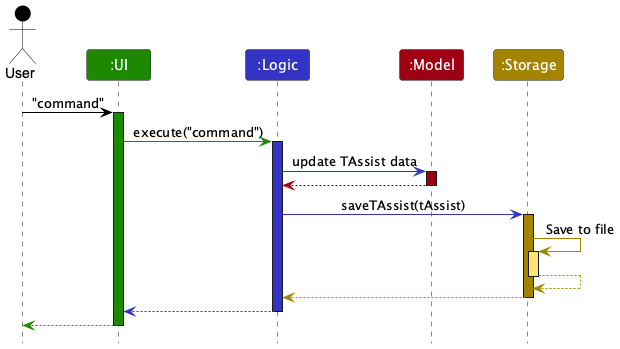
The PlantUML diagram docs/images/ArchitectureSequenceDiagram.png in AY2627S1-CS2103T-T12-4/tp, before a commit. Its diagram source:
```plantuml
@startuml
!include style.puml
skinparam ArrowFontStyle plain

Actor User as user USER_COLOR
Participant ":UI" as ui UI_COLOR
Participant ":Logic" as logic LOGIC_COLOR
Participant ":Model" as model MODEL_COLOR
Participant ":Storage" as storage STORAGE_COLOR

user -[USER_COLOR]> ui : "command"
activate ui UI_COLOR

ui -[UI_COLOR]> logic : execute("command")
activate logic LOGIC_COLOR

logic -[LOGIC_COLOR]> model : update TAssist data
activate model MODEL_COLOR

model -[MODEL_COLOR]-> logic
deactivate model

logic -[LOGIC_COLOR]> storage : saveTAssist(tAssist)
activate storage STORAGE_COLOR

storage -[STORAGE_COLOR]> storage : Save to file
activate storage STORAGE_COLOR_T1
storage --[STORAGE_COLOR]> storage
deactivate storage

storage --[STORAGE_COLOR]> logic
deactivate storage

logic --[LOGIC_COLOR]> ui
deactivate logic

ui--[UI_COLOR]> user
deactivate ui
@enduml
```
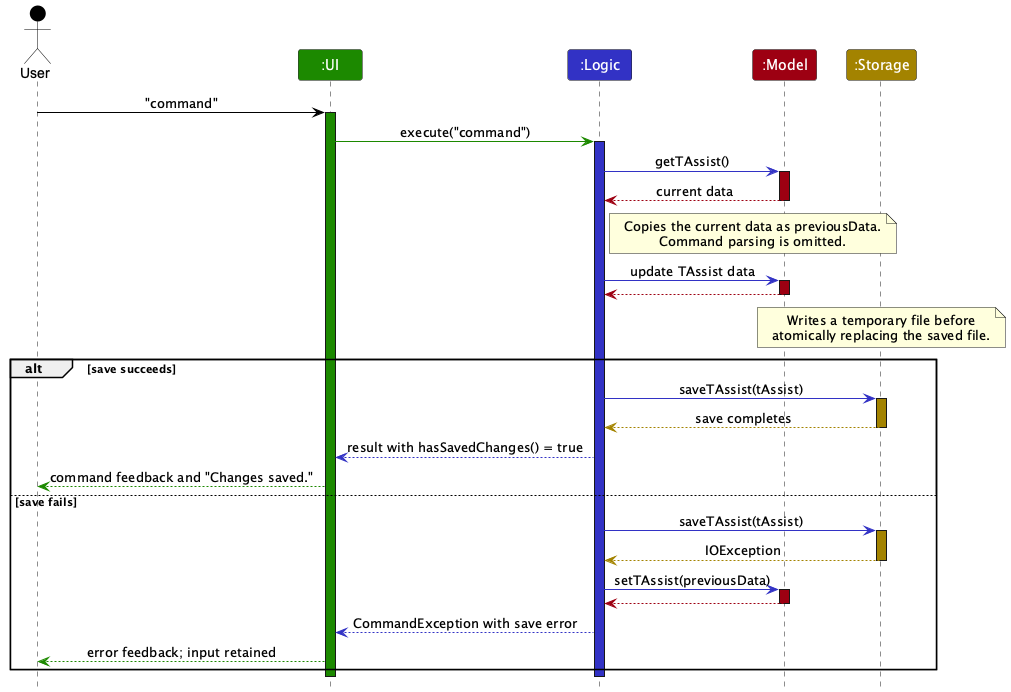
After the change.

Commit message:
Update persistence sequence diagram

Diff of the diagram source:
```diff
@@ -14,26 +14,50 @@
 ui -[UI_COLOR]> logic : execute("command")
 activate logic LOGIC_COLOR
 
+logic -[LOGIC_COLOR]> model : getTAssist()
+activate model MODEL_COLOR
+model --[MODEL_COLOR]> logic : current data
+deactivate model
+
+note right of logic
+  Copies the current data as previousData.
+  Command parsing is omitted.
+end note
+
 logic -[LOGIC_COLOR]> model : update TAssist data
 activate model MODEL_COLOR
 
-model -[MODEL_COLOR]-> logic
+model --[MODEL_COLOR]> logic
 deactivate model
 
+note over storage
+  Writes a temporary file before
+  atomically replacing the saved file.
+end note
+
+alt save succeeds
 logic -[LOGIC_COLOR]> storage : saveTAssist(tAssist)
 activate storage STORAGE_COLOR
-
-storage -[STORAGE_COLOR]> storage : Save to file
-activate storage STORAGE_COLOR_T1
-storage --[STORAGE_COLOR]> storage
+storage --[STORAGE_COLOR]> logic : save completes
 deactivate storage
 
-storage --[STORAGE_COLOR]> logic
+logic --[LOGIC_COLOR]> ui : result with hasSavedChanges() = true
+ui --[UI_COLOR]> user : command feedback and "Changes saved."
+else save fails
+logic -[LOGIC_COLOR]> storage : saveTAssist(tAssist)
+activate storage STORAGE_COLOR
+storage --[STORAGE_COLOR]> logic : IOException
 deactivate storage
 
-logic --[LOGIC_COLOR]> ui
+logic -[LOGIC_COLOR]> model : setTAssist(previousData)
+activate model MODEL_COLOR
+model --[MODEL_COLOR]> logic
+deactivate model
+
+logic --[LOGIC_COLOR]> ui : CommandException with save error
+ui --[UI_COLOR]> user : error feedback; input retained
+end
+
 deactivate logic
-
-ui--[UI_COLOR]> user
 deactivate ui
 @enduml
```
